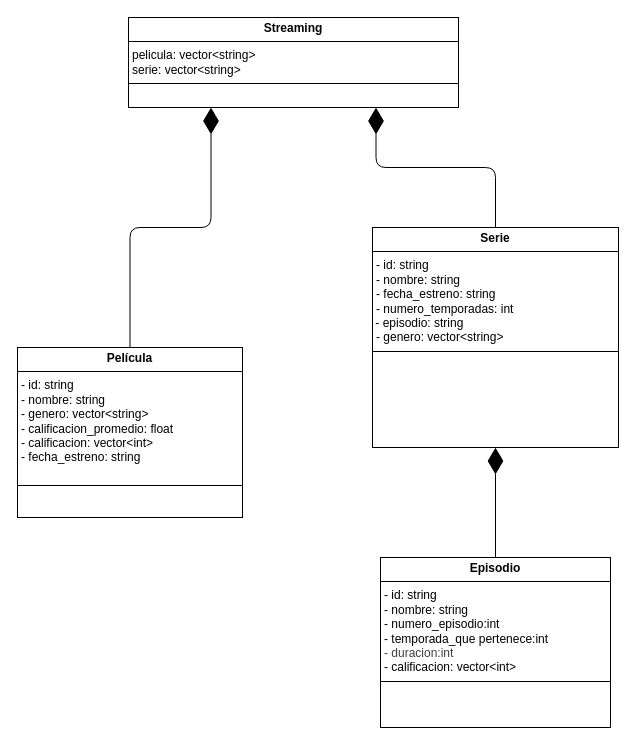
Before: integrador-JuanManuelSanchezVelazquez-main/PrimeraEntrega/version1.drawio in A01802469/Proyecto-POO, a draw.io diagram. Source tidied: cells renumbered, new cells numbered last; positions are measured from the earlier drawing's top-left corner, leaving out a move shared by most shapes. Both pictures are drawn from the tidied source at 100%, with x=0, y=0 at pixel (17, 17).
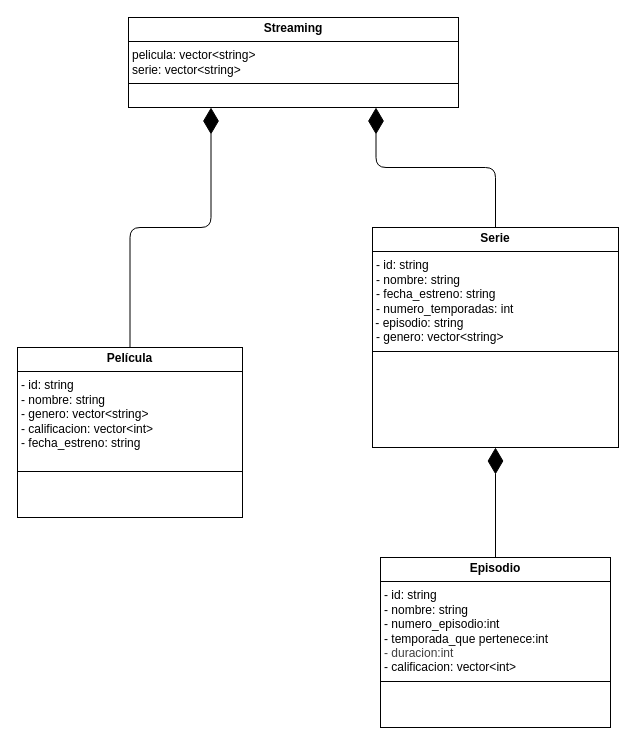
The same page after the edit.

Diff of the diagram source:
```diff
@@
 <mxGraphModel>
   <root>
     <mxCell id="0" />
     <mxCell id="1" parent="0" />
     <mxCell id="2" value="&lt;p style=&quot;margin:0px;margin-top:4px;text-align:center;&quot;&gt;&lt;b&gt;Streaming&lt;/b&gt;&lt;/p&gt;&lt;hr size=&quot;1&quot; style=&quot;border-style:solid;&quot;&gt;&lt;p style=&quot;margin:0px;margin-left:4px;&quot;&gt;pelicula: vector&amp;lt;string&amp;gt;&lt;/p&gt;&lt;p style=&quot;margin:0px;margin-left:4px;&quot;&gt;serie: vector&amp;lt;string&amp;gt;&lt;/p&gt;&lt;hr size=&quot;1&quot; style=&quot;border-style:solid;&quot;&gt;&lt;p style=&quot;margin:0px;margin-left:4px;&quot;&gt;&lt;br&gt;&lt;/p&gt;" style="verticalAlign=top;align=left;overflow=fill;html=1;whiteSpace=wrap;" parent="1" vertex="1">
       <mxGeometry x="111" width="330" height="90" as="geometry" />
     </mxCell>
     <mxCell id="3" value="&lt;p style=&quot;margin:0px;margin-top:4px;text-align:center;&quot;&gt;&lt;b&gt;Serie&lt;/b&gt;&lt;/p&gt;&lt;hr size=&quot;1&quot; style=&quot;border-style:solid;&quot;&gt;&lt;p style=&quot;margin: 0px 0px 0px 4px;&quot;&gt;- id: string&lt;/p&gt;&lt;p style=&quot;margin: 0px 0px 0px 4px;&quot;&gt;- nombre: string&lt;/p&gt;&lt;p style=&quot;margin: 0px 0px 0px 4px;&quot;&gt;&lt;span style=&quot;background-color: transparent;&quot;&gt;- fecha_estreno: string&lt;/span&gt;&lt;/p&gt;&lt;p style=&quot;margin: 0px 0px 0px 4px;&quot;&gt;&lt;span style=&quot;background-color: transparent;&quot;&gt;- numero_temporadas: int&lt;/span&gt;&lt;/p&gt;&amp;nbsp;- episodio: string&lt;div&gt;&lt;p style=&quot;margin: 0px 0px 0px 4px;&quot;&gt;- genero: vector&amp;lt;string&amp;gt;&lt;/p&gt;&lt;p style=&quot;margin: 0px 0px 0px 4px;&quot;&gt;&lt;span style=&quot;color: rgb(63, 63, 63);&quot;&gt;&lt;/span&gt;&lt;/p&gt;&lt;hr size=&quot;1&quot; style=&quot;border-style:solid;&quot;&gt;&lt;p style=&quot;margin:0px;margin-left:4px;&quot;&gt;&lt;br&gt;&lt;/p&gt;&lt;/div&gt;" style="verticalAlign=top;align=left;overflow=fill;html=1;whiteSpace=wrap;" parent="1" vertex="1">
       <mxGeometry x="355" y="210" width="246" height="220" as="geometry" />
     </mxCell>
-    <mxCell id="4" value="&lt;p style=&quot;margin:0px;margin-top:4px;text-align:center;&quot;&gt;&lt;b&gt;Película&lt;/b&gt;&lt;/p&gt;&lt;hr size=&quot;1&quot; style=&quot;border-style:solid;&quot;&gt;&lt;p style=&quot;margin: 0px 0px 0px 4px;&quot;&gt;- id: string&lt;/p&gt;&lt;p style=&quot;margin: 0px 0px 0px 4px;&quot;&gt;- nombre: string&lt;/p&gt;&lt;p style=&quot;margin: 0px 0px 0px 4px;&quot;&gt;- genero: vector&amp;lt;string&amp;gt;&lt;/p&gt;&lt;p style=&quot;margin: 0px 0px 0px 4px;&quot;&gt;- calificacion_promedio: float&lt;/p&gt;&lt;p style=&quot;margin: 0px 0px 0px 4px;&quot;&gt;- calificacion: vector&amp;lt;int&amp;gt;&lt;/p&gt;&lt;p style=&quot;margin: 0px 0px 0px 4px;&quot;&gt;- fecha_estreno: string&lt;/p&gt;&lt;p style=&quot;margin: 0px 0px 0px 4px;&quot;&gt;&lt;br&gt;&lt;/p&gt;&lt;hr size=&quot;1&quot; style=&quot;border-style:solid;&quot;&gt;&lt;p style=&quot;margin:0px;margin-left:4px;&quot;&gt;&lt;br&gt;&lt;/p&gt;" style="verticalAlign=top;align=left;overflow=fill;html=1;whiteSpace=wrap;" parent="1" vertex="1">
+    <mxCell id="4" value="&lt;p style=&quot;margin:0px;margin-top:4px;text-align:center;&quot;&gt;&lt;b&gt;Película&lt;/b&gt;&lt;/p&gt;&lt;hr size=&quot;1&quot; style=&quot;border-style:solid;&quot;&gt;&lt;p style=&quot;margin: 0px 0px 0px 4px;&quot;&gt;- id: string&lt;/p&gt;&lt;p style=&quot;margin: 0px 0px 0px 4px;&quot;&gt;- nombre: string&lt;/p&gt;&lt;p style=&quot;margin: 0px 0px 0px 4px;&quot;&gt;- genero: vector&amp;lt;string&amp;gt;&lt;/p&gt;&lt;p style=&quot;margin: 0px 0px 0px 4px;&quot;&gt;&lt;span style=&quot;background-color: transparent;&quot;&gt;- calificacion: vector&amp;lt;int&amp;gt;&lt;/span&gt;&lt;/p&gt;&lt;p style=&quot;margin: 0px 0px 0px 4px;&quot;&gt;- fecha_estreno: string&lt;/p&gt;&lt;p style=&quot;margin: 0px 0px 0px 4px;&quot;&gt;&lt;br&gt;&lt;/p&gt;&lt;hr size=&quot;1&quot; style=&quot;border-style:solid;&quot;&gt;&lt;p style=&quot;margin:0px;margin-left:4px;&quot;&gt;&lt;br&gt;&lt;/p&gt;" style="verticalAlign=top;align=left;overflow=fill;html=1;whiteSpace=wrap;" parent="1" vertex="1">
       <mxGeometry y="330" width="225" height="170" as="geometry" />
     </mxCell>
     <mxCell id="5" value="&lt;p style=&quot;margin:0px;margin-top:4px;text-align:center;&quot;&gt;&lt;b&gt;Episodio&lt;/b&gt;&lt;/p&gt;&lt;hr size=&quot;1&quot; style=&quot;border-style:solid;&quot;&gt;&lt;p style=&quot;margin:0px;margin-left:4px;&quot;&gt;- id: string&lt;/p&gt;&lt;p style=&quot;margin:0px;margin-left:4px;&quot;&gt;- nombre: string&lt;/p&gt;&lt;p style=&quot;margin:0px;margin-left:4px;&quot;&gt;- numero_episodio:int&lt;/p&gt;&lt;p style=&quot;margin:0px;margin-left:4px;&quot;&gt;- temporada_que pertenece:int&lt;/p&gt;&lt;p style=&quot;margin:0px;margin-left:4px;&quot;&gt;&lt;span style=&quot;color: rgb(63, 63, 63);&quot;&gt;- duracion:int&lt;/span&gt;&lt;/p&gt;&lt;p style=&quot;margin: 0px 0px 0px 4px;&quot;&gt;&lt;span style=&quot;background-color: transparent;&quot;&gt;- calificacion: vector&amp;lt;int&amp;gt;&lt;/span&gt;&lt;/p&gt;&lt;hr size=&quot;1&quot; style=&quot;border-style:solid;&quot;&gt;&lt;p style=&quot;margin:0px;margin-left:4px;&quot;&gt;&lt;br&gt;&lt;/p&gt;" style="verticalAlign=top;align=left;overflow=fill;html=1;whiteSpace=wrap;" parent="1" vertex="1">
       <mxGeometry x="363" y="540" width="230" height="170" as="geometry" />
     </mxCell>
     <mxCell id="6" style="endArrow=diamondThin;endFill=1;endSize=24;html=1;entryX=0.25;entryY=1;entryDx=0;entryDy=0;exitX=0.5;exitY=0;exitDx=0;exitDy=0;edgeStyle=orthogonalEdgeStyle;" parent="1" edge="1" source="4" target="2">
       <mxGeometry relative="1" as="geometry" />
     </mxCell>
     <mxCell id="7" style="endArrow=diamondThin;endFill=1;endSize=24;html=1;entryX=0.75;entryY=1;entryDx=0;entryDy=0;exitX=0.5;exitY=0;exitDx=0;exitDy=0;edgeStyle=orthogonalEdgeStyle;" parent="1" edge="1" source="3" target="2">
       <mxGeometry relative="1" as="geometry" />
     </mxCell>
     <mxCell id="8" style="endArrow=diamondThin;endFill=1;endSize=24;html=1;entryX=0.5;entryY=1;entryDx=0;entryDy=0;exitX=0.5;exitY=0;exitDx=0;exitDy=0;" parent="1" edge="1" source="5" target="3">
       <mxGeometry relative="1" as="geometry" />
     </mxCell>
   </root>
 </mxGraphModel>
```
